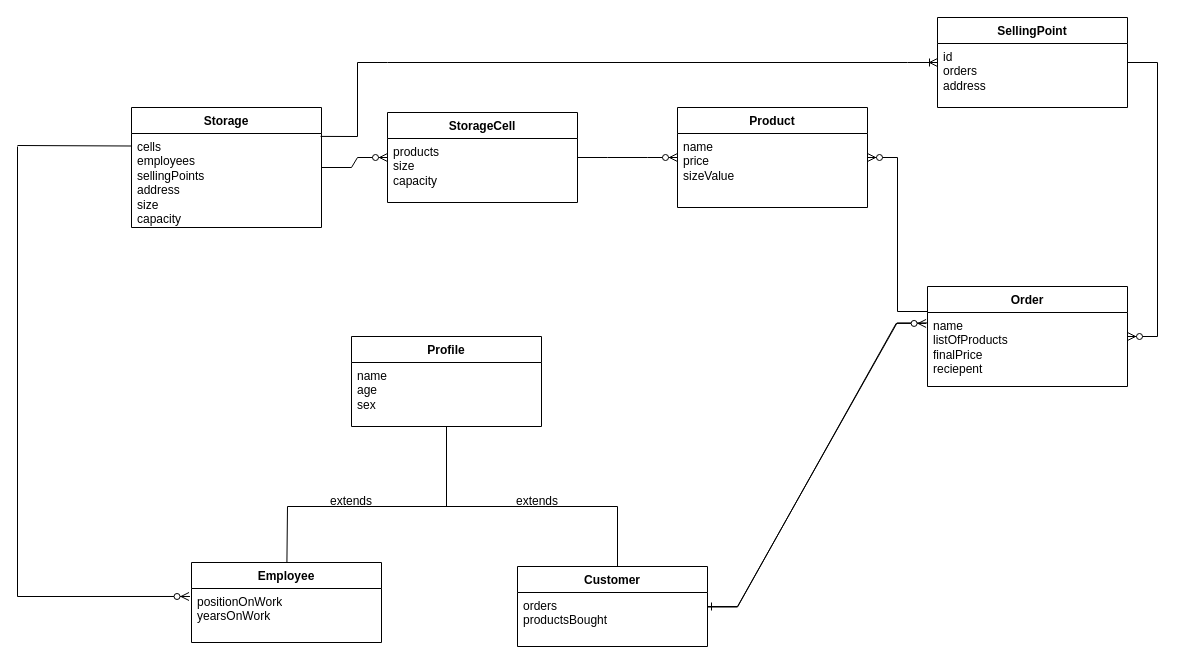
This is diagram/Project_diagram.drawio from LebGes-classes/second-project-xJust-N, a draw.io file, before an edit. Source tidied: cells renumbered, new cells numbered last; positions are measured from the earlier drawing's top-left corner, leaving out a move shared by most shapes. Both pictures are drawn from the tidied source at 100%, with x=0, y=0 at pixel (17, 17).
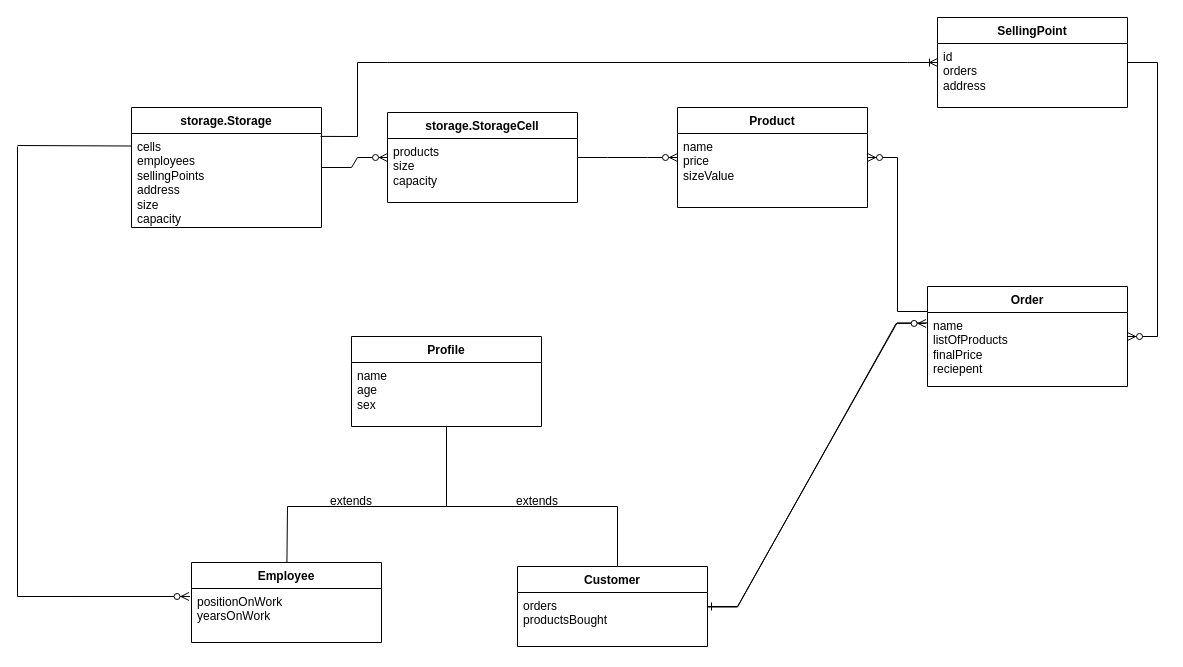
The same diagram, later.

Diff of the diagram source:
```diff
@@
-    <mxCell id="3" value="Storage" style="swimlane;fontStyle=1;align=center;verticalAlign=top;horizontal=1;startSize=26;whiteSpace=wrap;html=1;" parent="1" vertex="1">
+    <mxCell id="3" value="storage.Storage" style="swimlane;fontStyle=1;align=center;verticalAlign=top;horizontal=1;startSize=26;whiteSpace=wrap;html=1;" parent="1" vertex="1">
       <mxGeometry x="114" y="90" width="190" height="120" as="geometry" />
     </mxCell>
@@
-    <mxCell id="5" value="StorageCell" style="swimlane;fontStyle=1;align=center;verticalAlign=top;horizontal=1;startSize=26;whiteSpace=wrap;html=1;" parent="1" vertex="1">
+    <mxCell id="5" value="storage.StorageCell" style="swimlane;fontStyle=1;align=center;verticalAlign=top;horizontal=1;startSize=26;whiteSpace=wrap;html=1;" parent="1" vertex="1">
       <mxGeometry x="370" y="95" width="190" height="90" as="geometry" />
     </mxCell>
```
